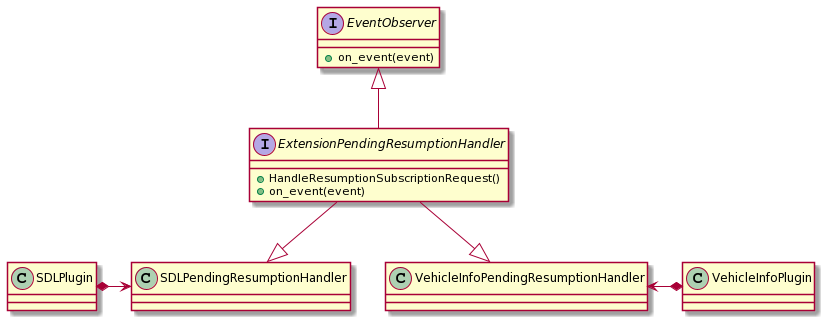
Above: docs/Developer Documentation/ResumeController/assets/extension_pending_resumption_handler.png in smartdevicelink/sdl_core_guides (PlantUML), before the change. The source it was exported from:
```plantuml
@startuml
interface EventObserver {
   + on_event(event)
}

interface ExtensionPendingResumptionHandler {
  + HandleResumptionSubscriptionRequest()
  + on_event(event)
}

EventObserver <|-down-ExtensionPendingResumptionHandler

class SDLPendingResumptionHandler
class VehicleInfoPendingResumptionHandler

SDLPendingResumptionHandler <|-up-ExtensionPendingResumptionHandler
VehicleInfoPendingResumptionHandler <|-up-ExtensionPendingResumptionHandler

class SDLPlugin
SDLPlugin *-right-> SDLPendingResumptionHandler

class VehicleInfoPlugin
VehicleInfoPlugin *-left-> VehicleInfoPendingResumptionHandler
@enduml
```
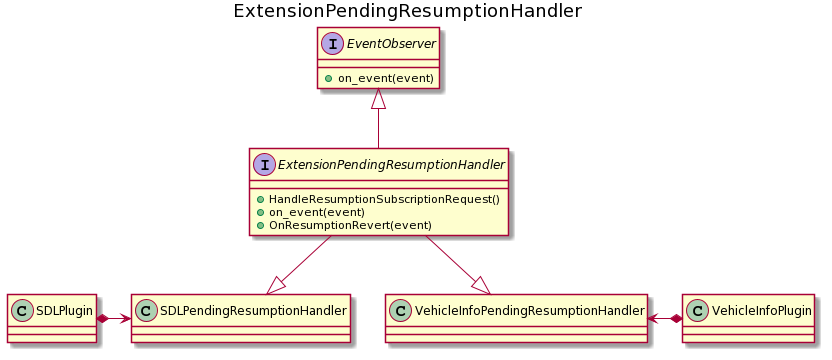
Later version of the same file.

Change to the diagram source:
```diff
@@ -1,4 +1,7 @@
 @startuml
+title ExtensionPendingResumptionHandler
+
+
 interface EventObserver {
    + on_event(event)
 }
@@ -6,6 +9,7 @@
 interface ExtensionPendingResumptionHandler {
   + HandleResumptionSubscriptionRequest()
   + on_event(event)
+  + OnResumptionRevert(event)
 }
 
 EventObserver <|-down-ExtensionPendingResumptionHandler
```
